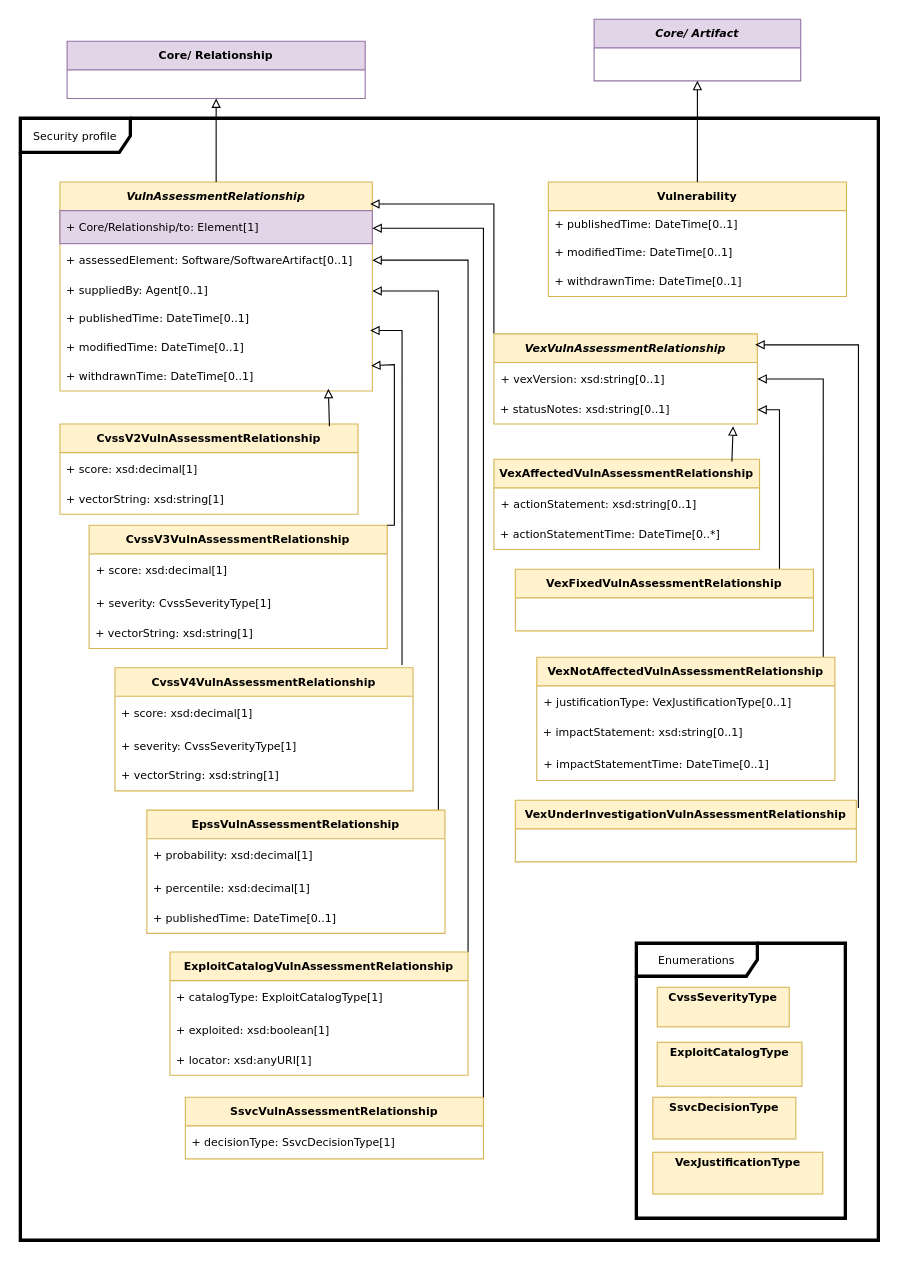
Before: page "Security" (4 of 8) of docs/model.drawio in spdx/spdx-3-model, a draw.io diagram. Source tidied: cells renumbered, new cells numbered last; positions are measured from the earlier drawing's top-left corner, leaving out a move shared by most shapes. Both pictures are drawn from the tidied source at 110%, with x=0, y=0 at pixel (20, 19).
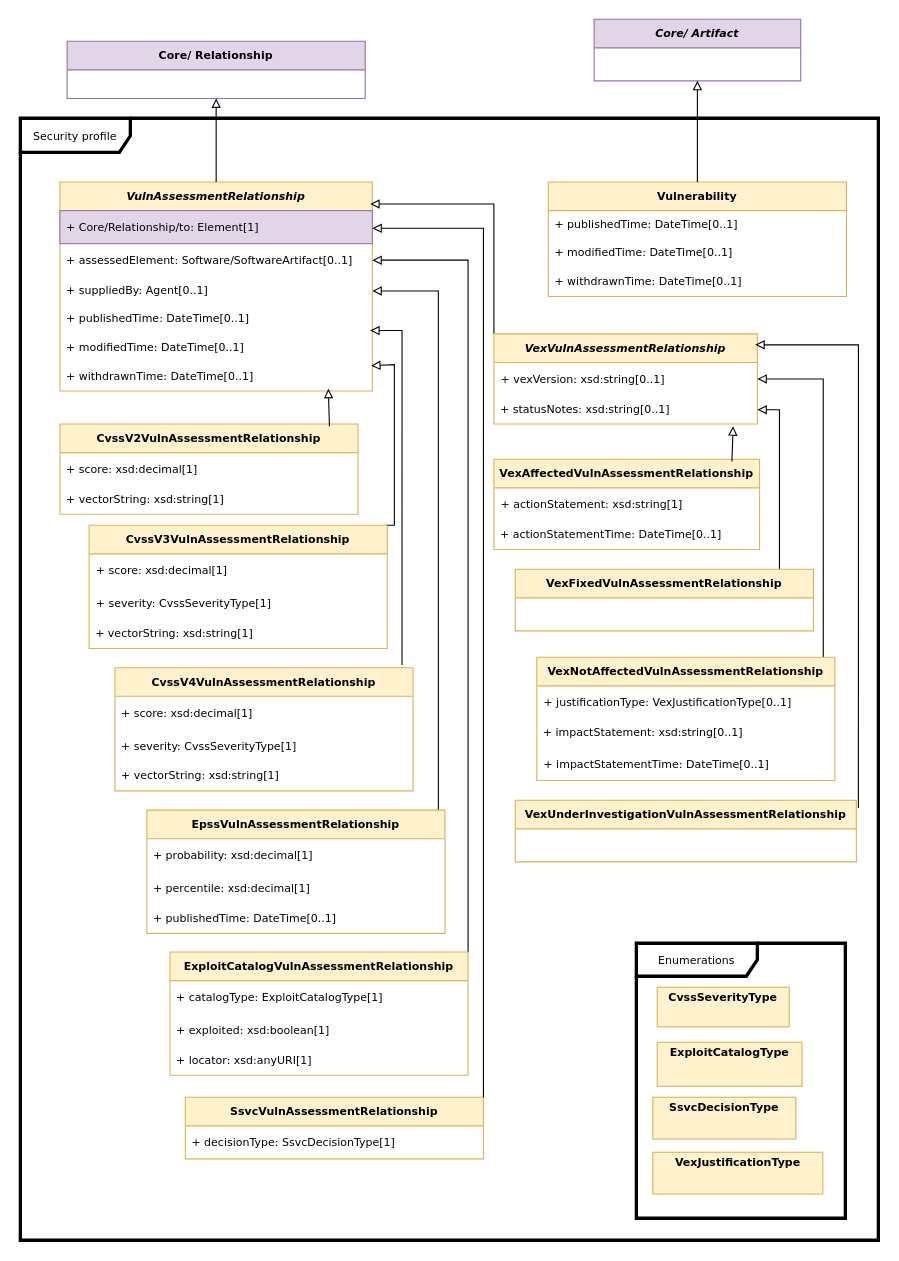
The same diagram, later.

Commit message (it also covers changes not shown here):
Fixes cardinalities in properties of VexAffectedVulnAssessmentRelationship

Unchanged cells that the change refers to:
```xml
<mxCell id="47" value="VexAffectedVulnAssessmentRelationship" style="swimlane;fontStyle=1;horizontal=1;startSize=26;fillColor=#fff2cc;strokeColor=#d6b656;fontFamily=Verdana;fontSize=10;" parent="1" vertex="1">
  <mxGeometry x="430.5" y="400" width="241.5" height="82" as="geometry" />
</mxCell>
```

What changed in the source:
```diff
@@
-    <mxCell id="48" value="+ actionStatement: xsd:string[0..1]" style="text;strokeColor=none;fillColor=none;align=left;verticalAlign=middle;spacingLeft=4;spacingRight=4;overflow=hidden;whiteSpace=wrap;html=1;fontFamily=Verdana;fontSize=10;" parent="47" vertex="1">
+    <mxCell id="48" value="+ actionStatement: xsd:string[1]" style="text;strokeColor=none;fillColor=none;align=left;verticalAlign=middle;spacingLeft=4;spacingRight=4;overflow=hidden;whiteSpace=wrap;html=1;fontFamily=Verdana;fontSize=10;" parent="47" vertex="1">
       <mxGeometry y="26" width="241.5" height="30" as="geometry" />
     </mxCell>
-    <mxCell id="49" value="+ actionStatementTime: DateTime[0..*]" style="text;strokeColor=none;fillColor=none;align=left;verticalAlign=top;spacingLeft=4;spacingRight=4;overflow=hidden;fontFamily=Verdana;fontSize=10;" parent="47" vertex="1">
+    <mxCell id="49" value="+ actionStatementTime: DateTime[0..1]" style="text;strokeColor=none;fillColor=none;align=left;verticalAlign=top;spacingLeft=4;spacingRight=4;overflow=hidden;fontFamily=Verdana;fontSize=10;" parent="47" vertex="1">
       <mxGeometry y="56" width="241.5" height="26" as="geometry" />
     </mxCell>
```
